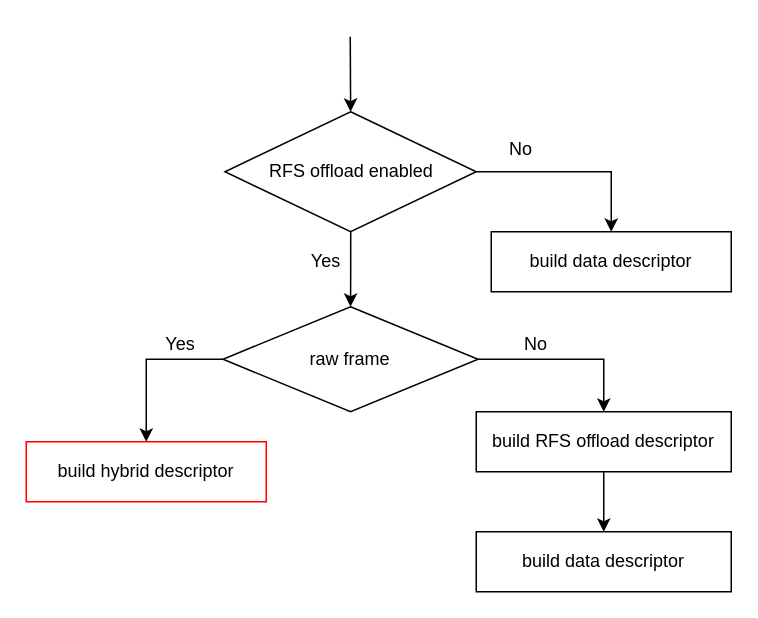
Before: new_FD_driver.drawio in LuyaoZhong/Figures, a draw.io diagram. Source tidied: cells renumbered, new cells numbered last; positions are measured from the earlier drawing's top-left corner, leaving out a move shared by most shapes. Both pictures are drawn from the tidied source at 150%, with x=0, y=0 at pixel (26, 36).
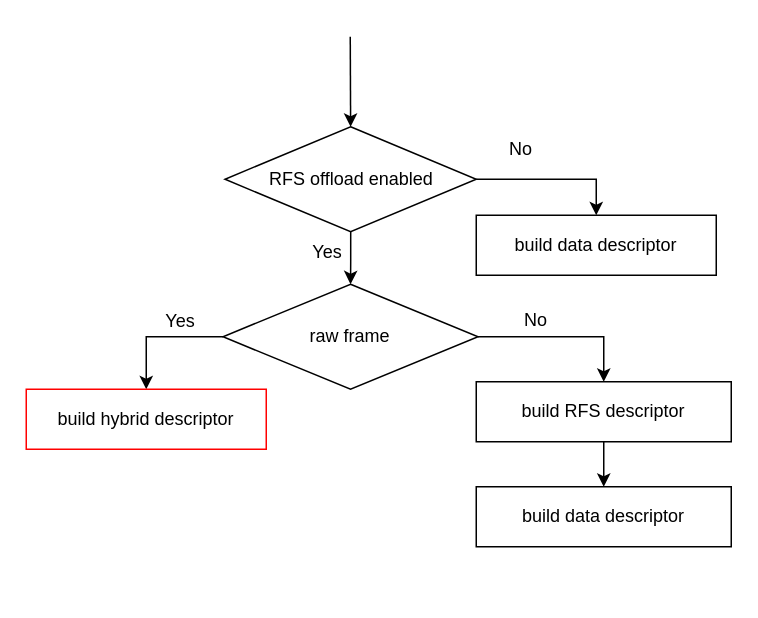
The same page after the edit.

Diff of the diagram source:
```diff
@@
 <mxGraphModel>
   <root>
     <mxCell id="0" />
     <mxCell id="1" parent="0" />
     <mxCell id="2" style="edgeStyle=orthogonalEdgeStyle;rounded=0;jettySize=auto;html=1;entryX=0.5;entryY=0;entryDx=0;entryDy=0;" parent="1" edge="1" source="4" target="7">
       <mxGeometry relative="1" as="geometry" />
     </mxCell>
     <mxCell id="3" style="edgeStyle=orthogonalEdgeStyle;rounded=0;jettySize=auto;html=1;exitX=1;exitY=0.5;exitDx=0;exitDy=0;entryX=0.5;entryY=0;entryDx=0;entryDy=0;fontSize=11;" parent="1" edge="1" source="4" target="16">
       <mxGeometry relative="1" as="geometry" />
     </mxCell>
     <mxCell id="4" value="RFS offload enabled" style="rhombus;whiteSpace=wrap;html=1;fontSize=12;" parent="1" vertex="1">
-      <mxGeometry x="132.5" y="50" width="167.5" height="80" as="geometry" />
+      <mxGeometry x="132.5" y="60" width="167.5" height="70" as="geometry" />
     </mxCell>
     <mxCell id="5" style="edgeStyle=orthogonalEdgeStyle;rounded=0;jettySize=auto;html=1;exitX=0;exitY=0.5;exitDx=0;exitDy=0;entryX=0.5;entryY=0;entryDx=0;entryDy=0;" parent="1" edge="1" source="7" target="8">
       <mxGeometry relative="1" as="geometry" />
     </mxCell>
     <mxCell id="6" style="edgeStyle=orthogonalEdgeStyle;rounded=0;jettySize=auto;html=1;exitX=1;exitY=0.5;exitDx=0;exitDy=0;entryX=0.5;entryY=0;entryDx=0;entryDy=0;" parent="1" edge="1" source="7" target="10">
       <mxGeometry relative="1" as="geometry" />
     </mxCell>
     <mxCell id="7" value="raw frame" style="rhombus;whiteSpace=wrap;html=1;fontSize=12;" parent="1" vertex="1">
-      <mxGeometry x="131.2" y="180" width="170" height="70" as="geometry" />
+      <mxGeometry x="131.2" y="165" width="170" height="70" as="geometry" />
     </mxCell>
     <mxCell id="8" value="build hybrid descriptor" style="rounded=0;whiteSpace=wrap;html=1;strokeColor=#FF0000;fontSize=12;" parent="1" vertex="1">
-      <mxGeometry y="270" width="160" height="40" as="geometry" />
+      <mxGeometry y="235" width="160" height="40" as="geometry" />
     </mxCell>
     <mxCell id="9" style="edgeStyle=orthogonalEdgeStyle;rounded=0;jettySize=auto;html=1;entryX=0.5;entryY=0;entryDx=0;entryDy=0;" parent="1" edge="1" source="10" target="11">
       <mxGeometry relative="1" as="geometry" />
     </mxCell>
-    <mxCell id="10" value="&lt;font style=&quot;font-size: 12px&quot;&gt;build RFS offload descriptor&lt;/font&gt;" style="rounded=0;whiteSpace=wrap;html=1;fontSize=12;" parent="1" vertex="1">
-      <mxGeometry x="300" y="250" width="170" height="40" as="geometry" />
+    <mxCell id="10" value="&lt;font style=&quot;font-size: 12px&quot;&gt;build RFS descriptor&lt;/font&gt;" style="rounded=0;whiteSpace=wrap;html=1;fontSize=12;" parent="1" vertex="1">
+      <mxGeometry x="300" y="230" width="170" height="40" as="geometry" />
     </mxCell>
     <mxCell id="11" value="build data descriptor" style="rounded=0;whiteSpace=wrap;html=1;fontSize=12;" parent="1" vertex="1">
-      <mxGeometry x="300" y="330" width="170" height="40" as="geometry" />
+      <mxGeometry x="300" y="300" width="170" height="40" as="geometry" />
     </mxCell>
     <mxCell id="12" value="No" style="text;html=1;strokeColor=none;fillColor=none;align=center;verticalAlign=middle;whiteSpace=wrap;rounded=0;" parent="1" vertex="1">
       <mxGeometry x="300" y="60" width="60" height="30" as="geometry" />
     </mxCell>
     <mxCell id="13" value="Yes" style="text;html=1;strokeColor=none;fillColor=none;align=center;verticalAlign=middle;whiteSpace=wrap;rounded=0;" parent="1" vertex="1">
-      <mxGeometry x="170" y="135" width="60" height="30" as="geometry" />
+      <mxGeometry x="171" y="129" width="60" height="30" as="geometry" />
     </mxCell>
     <mxCell id="14" value="Yes" style="text;html=1;strokeColor=none;fillColor=none;align=center;verticalAlign=middle;whiteSpace=wrap;rounded=0;" parent="1" vertex="1">
-      <mxGeometry x="72.5" y="190" width="60" height="30" as="geometry" />
+      <mxGeometry x="72.5" y="175" width="60" height="30" as="geometry" />
     </mxCell>
     <mxCell id="15" value="No" style="text;html=1;strokeColor=none;fillColor=none;align=center;verticalAlign=middle;whiteSpace=wrap;rounded=0;" parent="1" vertex="1">
-      <mxGeometry x="310" y="190" width="60" height="30" as="geometry" />
+      <mxGeometry x="310" y="174" width="60" height="30" as="geometry" />
     </mxCell>
     <mxCell id="16" value="build data descriptor" style="rounded=0;whiteSpace=wrap;html=1;fontSize=12;" parent="1" vertex="1">
-      <mxGeometry x="310" y="130" width="160" height="40" as="geometry" />
+      <mxGeometry x="300" y="119" width="160" height="40" as="geometry" />
     </mxCell>
     <mxCell id="17" style="endArrow=classic;html=1;rounded=0;fontSize=12;entryX=0.5;entryY=0;entryDx=0;entryDy=0;" parent="1" edge="1" target="4">
       <mxGeometry relative="1" as="geometry">
         <mxPoint x="216" as="sourcePoint" />
       </mxGeometry>
     </mxCell>
   </root>
 </mxGraphModel>
```
